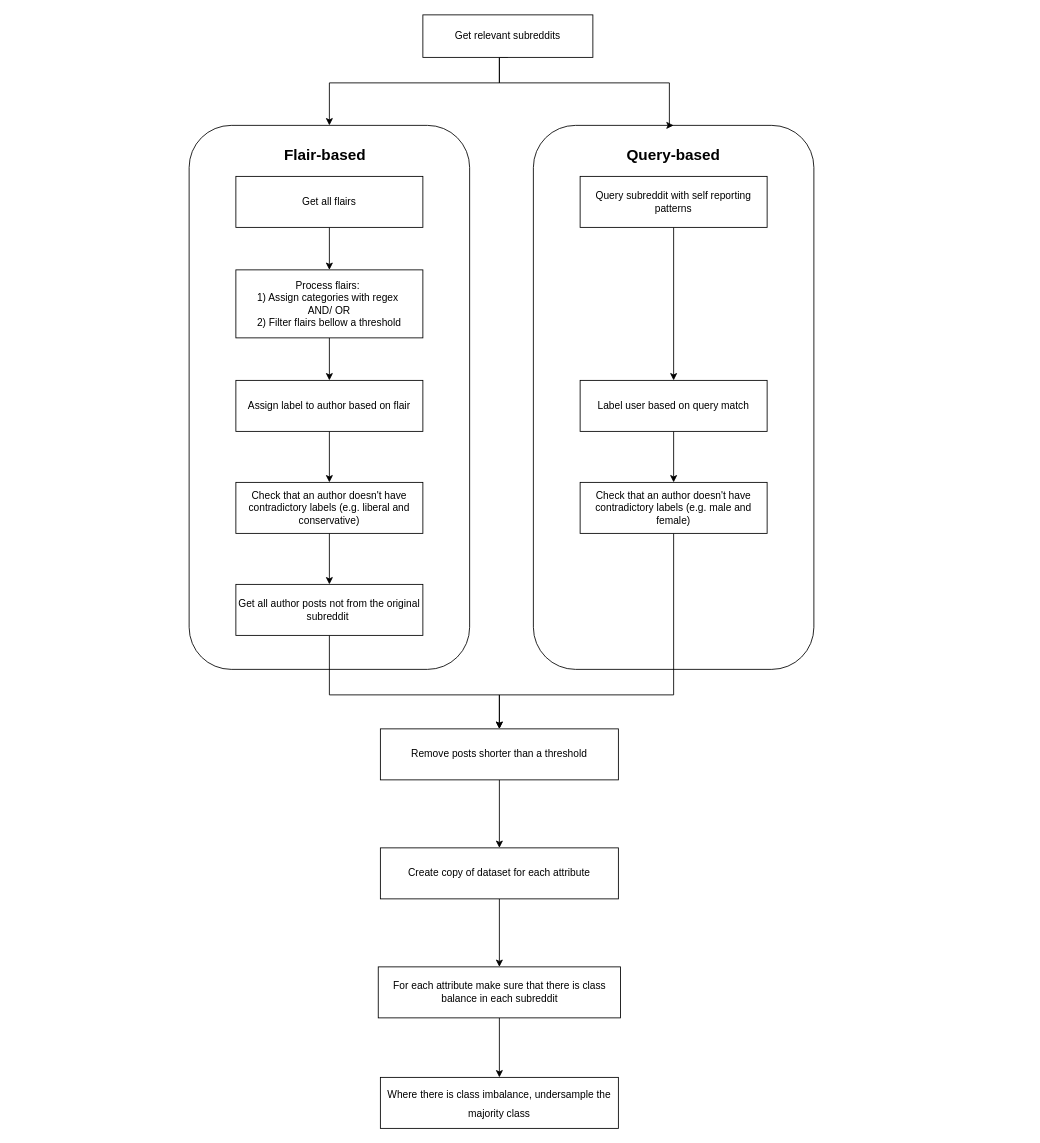
Above: Untitled Diagram.drawio in SergeyKramp/GRASP (draw.io), before the change. Source tidied: cells renumbered, new cells numbered last; positions are measured from the earlier drawing's top-left corner, leaving out a move shared by most shapes. Both pictures are drawn from the tidied source at 85%, with x=0, y=0 at pixel (189, 14).
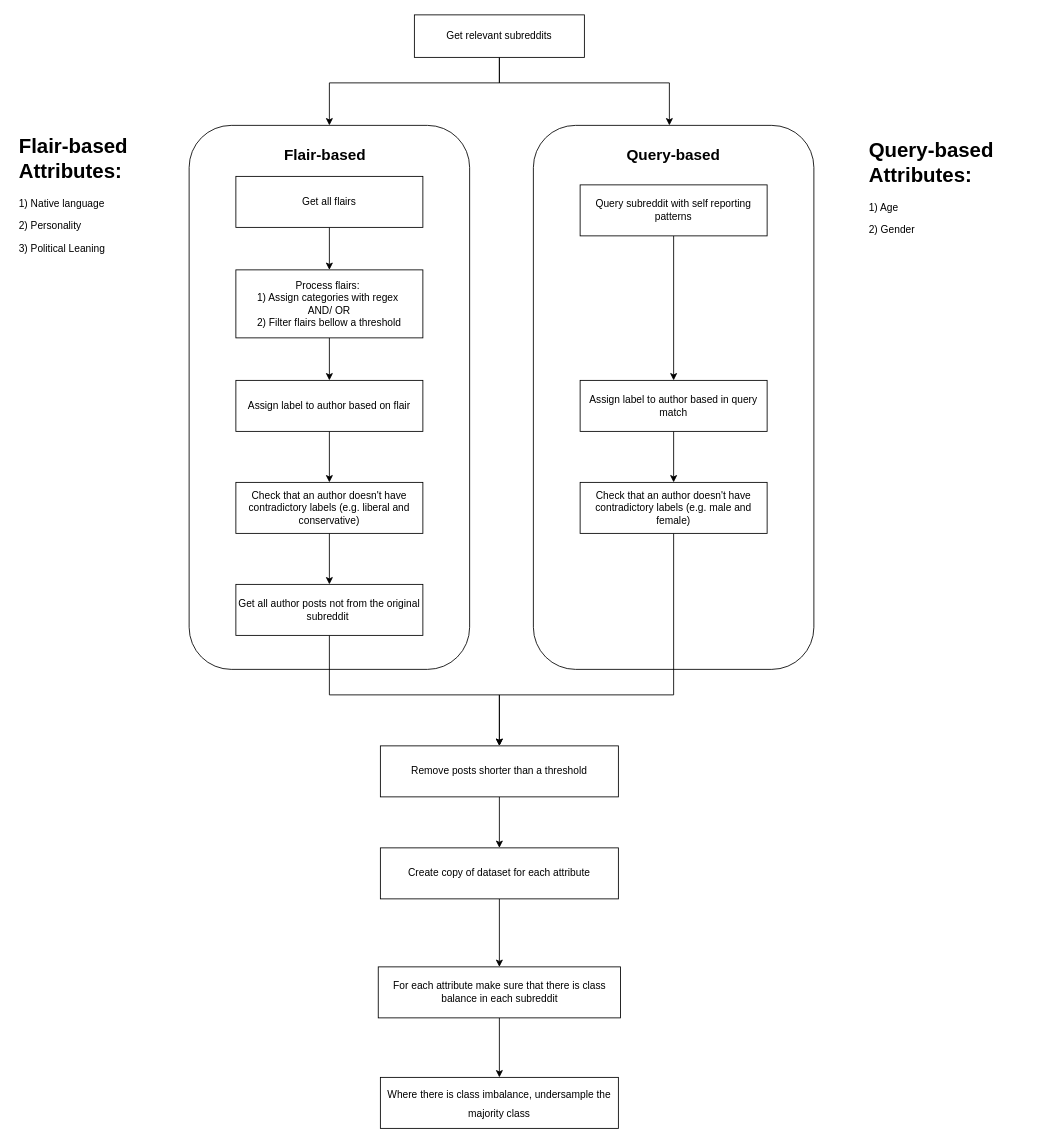
Above is the later version.

Unchanged cells that the change refers to:
```xml
<mxCell id="2" style="rounded=1;whiteSpace=wrap;html=1;" parent="1" vertex="1">
  <mxGeometry x="405" y="130" width="330" height="640" as="geometry" />
</mxCell>
```

Change to the diagram source:
```diff
@@
-    <mxCell id="5" style="edgeStyle=orthogonalEdgeStyle;rounded=0;jettySize=auto;html=1;exitX=0.5;exitY=1;exitDx=0;exitDy=0;entryX=0.5;entryY=0;entryDx=0;entryDy=0;" parent="1" edge="1" source="6" target="2">
+    <mxCell id="5" style="edgeStyle=orthogonalEdgeStyle;rounded=0;jettySize=auto;html=1;exitX=0.5;exitY=1;exitDx=0;exitDy=0;" parent="1" edge="1" source="6">
       <mxGeometry relative="1" as="geometry">
+        <mxPoint x="565" y="130" as="targetPoint" />
         <Array as="points">
           <mxPoint x="365" y="80" />
           <mxPoint x="565" y="80" />
           <mxPoint x="565" y="130" />
         </Array>
       </mxGeometry>
     </mxCell>
     <mxCell id="6" value="Get relevant subreddits" style="rounded=0;whiteSpace=wrap;html=1;" parent="1" vertex="1">
-      <mxGeometry x="275" width="200" height="50" as="geometry" />
+      <mxGeometry x="265" width="200" height="50" as="geometry" />
     </mxCell>
@@
     <mxCell id="16" value="Query subreddit with self reporting patterns" style="whiteSpace=wrap;html=1;rounded=0;" parent="1" vertex="1">
-      <mxGeometry x="460" y="190" width="220" height="60" as="geometry" />
+      <mxGeometry x="460" y="200" width="220" height="60" as="geometry" />
     </mxCell>
@@
-    <mxCell id="18" value="Label user based on query match" style="whiteSpace=wrap;html=1;rounded=0;" parent="1" vertex="1">
+    <mxCell id="18" value="Assign label to author based in query match" style="whiteSpace=wrap;html=1;rounded=0;" parent="1" vertex="1">
       <mxGeometry x="460" y="430" width="220" height="60" as="geometry" />
     </mxCell>
@@
     <mxCell id="22" value="Remove posts shorter than a threshold" style="rounded=0;whiteSpace=wrap;html=1;" parent="1" vertex="1">
-      <mxGeometry x="225" y="840" width="280" height="60" as="geometry" />
+      <mxGeometry x="225" y="860" width="280" height="60" as="geometry" />
     </mxCell>
@@
+    <mxCell id="32" value="&lt;h1&gt;Flair-based Attributes:&lt;/h1&gt;&lt;p&gt;1) Native language&lt;/p&gt;&lt;p&gt;2) Personality&lt;/p&gt;&lt;p&gt;3) Political Leaning&lt;/p&gt;" style="text;html=1;strokeColor=none;fillColor=none;spacing=5;spacingTop=-20;whiteSpace=wrap;overflow=hidden;rounded=0;fontSize=12;" parent="1" vertex="1">
+      <mxGeometry x="-205" y="135" width="190" height="170" as="geometry" />
+    </mxCell>
+    <mxCell id="33" value="&lt;h1&gt;Query-based Attributes:&lt;/h1&gt;&lt;p&gt;1) Age&lt;/p&gt;&lt;p&gt;2) Gender&lt;/p&gt;" style="text;html=1;strokeColor=none;fillColor=none;spacing=5;spacingTop=-20;whiteSpace=wrap;overflow=hidden;rounded=0;fontSize=12;" parent="1" vertex="1">
+      <mxGeometry x="795" y="140" width="190" height="120" as="geometry" />
+    </mxCell>
```
